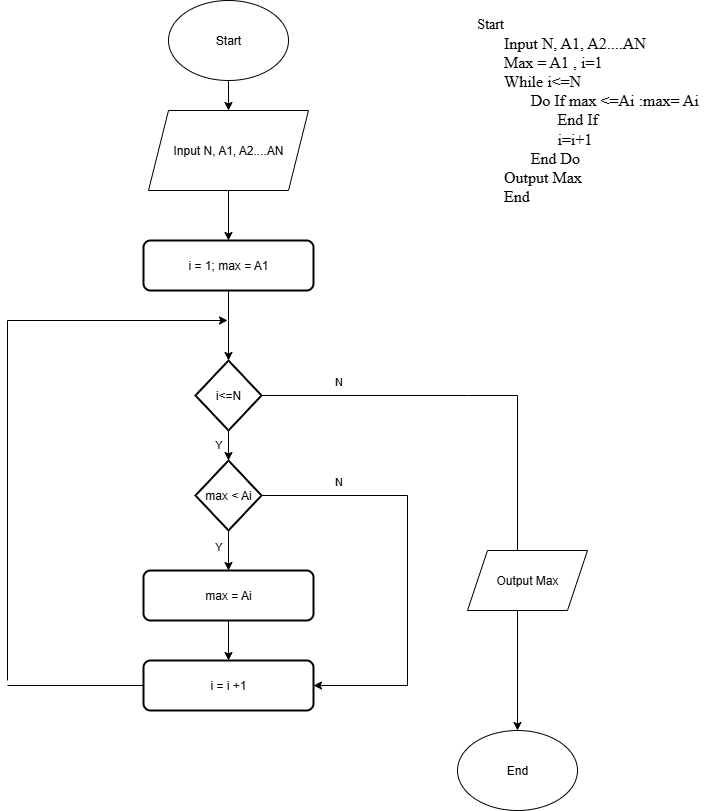
DoanNhatLong/m1_c09 keeps this draw.io diagram as ss3_pseudo/bai4.png. Above is the earlier version. Source tidied: cells renumbered, new cells last; positions are measured from the earlier drawing's top-left corner, leaving out a move shared by most shapes.
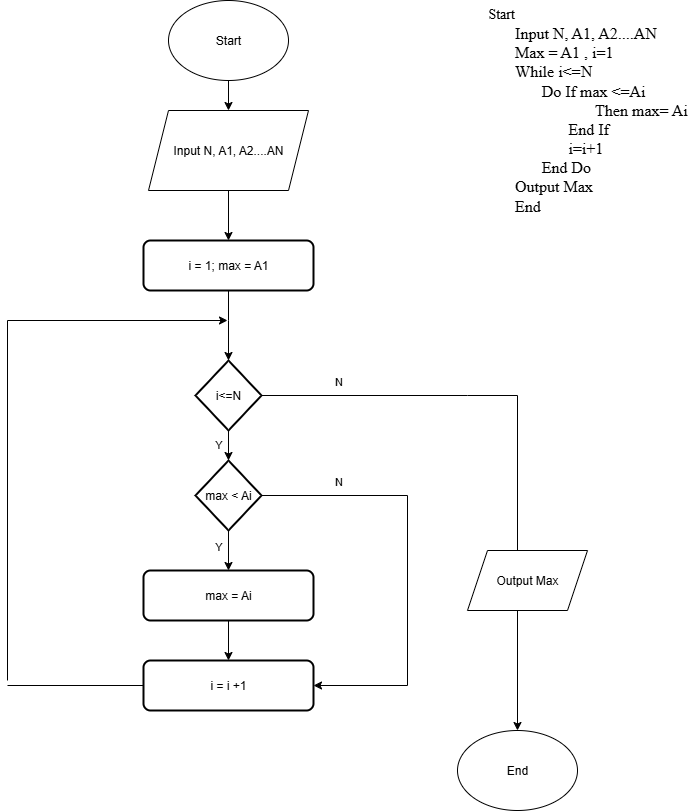
After the commit.

Commit message:
Bai_tap_pseudo

Change to the diagram source:
```diff
@@ -99,8 +99,8 @@
     <mxCell id="23" value="End" style="ellipse;whiteSpace=wrap;html=1;" parent="1" vertex="1">
       <mxGeometry x="450" y="730" width="120" height="80" as="geometry" />
     </mxCell>
-    <mxCell id="24" value="&lt;div style=&quot;text-align: left;&quot;&gt;&lt;span style=&quot;background-color: transparent; color: light-dark(rgb(0, 0, 0), rgb(255, 255, 255));&quot;&gt;&lt;font face=&quot;Times New Roman&quot; style=&quot;font-size: 14px;&quot;&gt;Start&lt;/font&gt;&lt;/span&gt;&lt;/div&gt;&lt;div style=&quot;text-align: left;&quot;&gt;&lt;font face=&quot;Times New Roman&quot; size=&quot;3&quot;&gt;&lt;span style=&quot;white-space: pre;&quot;&gt;&#9;&lt;/span&gt;Input N, A1, A2....AN&lt;/font&gt;&lt;br&gt;&lt;/div&gt;&lt;div style=&quot;text-align: left;&quot;&gt;&lt;font face=&quot;Times New Roman&quot; size=&quot;3&quot;&gt;&lt;span style=&quot;white-space: pre;&quot;&gt;&#9;&lt;/span&gt;Max = A1 , i=1&lt;br&gt;&lt;span style=&quot;white-space: pre;&quot;&gt;&#9;&lt;/span&gt;While i&amp;lt;=N&amp;nbsp;&lt;br&gt;&lt;span style=&quot;white-space: pre;&quot;&gt;&#9;&lt;/span&gt;&lt;span style=&quot;white-space: pre;&quot;&gt;&#9;&lt;/span&gt;Do If max &amp;lt;=Ai :max= Ai&lt;br&gt;&lt;span style=&quot;white-space: pre;&quot;&gt;&#9;&lt;/span&gt;&lt;span style=&quot;white-space: pre;&quot;&gt;&#9;&lt;/span&gt;&lt;span style=&quot;white-space: pre;&quot;&gt;&#9;&lt;/span&gt;End If&lt;br&gt;&lt;span style=&quot;white-space: pre;&quot;&gt;&#9;&lt;/span&gt;&lt;span style=&quot;white-space: pre;&quot;&gt;&#9;&lt;/span&gt;&lt;span style=&quot;white-space: pre;&quot;&gt;&#9;&lt;/span&gt;i=i+1&lt;br&gt;&lt;/font&gt;&lt;/div&gt;&lt;div style=&quot;text-align: left;&quot;&gt;&lt;font face=&quot;Times New Roman&quot; size=&quot;3&quot;&gt;&lt;span style=&quot;white-space: pre;&quot;&gt;&#9;&lt;/span&gt;&lt;span style=&quot;white-space: pre;&quot;&gt;&#9;&lt;/span&gt;End Do&lt;br&gt;&lt;/font&gt;&lt;/div&gt;&lt;div style=&quot;text-align: left;&quot;&gt;&lt;font face=&quot;Times New Roman&quot; size=&quot;3&quot;&gt;&lt;span style=&quot;white-space: pre;&quot;&gt;&#9;&lt;/span&gt;Output Max&lt;br&gt;&lt;span style=&quot;white-space: pre;&quot;&gt;&#9;&lt;/span&gt;End&lt;br&gt;&lt;/font&gt;&lt;/div&gt;" style="text;html=1;align=center;verticalAlign=middle;strokeColor=none;fillColor=none;" parent="1" vertex="1">
-      <mxGeometry x="460" y="10" width="240" height="200" as="geometry" />
+    <mxCell id="24" value="&lt;div style=&quot;text-align: left;&quot;&gt;&lt;span style=&quot;background-color: transparent; color: light-dark(rgb(0, 0, 0), rgb(255, 255, 255));&quot;&gt;&lt;font face=&quot;Times New Roman&quot; style=&quot;font-size: 14px;&quot;&gt;Start&lt;/font&gt;&lt;/span&gt;&lt;/div&gt;&lt;div style=&quot;text-align: left;&quot;&gt;&lt;font face=&quot;Times New Roman&quot; size=&quot;3&quot;&gt;&lt;span style=&quot;white-space: pre;&quot;&gt;&#9;&lt;/span&gt;Input N, A1, A2....AN&lt;/font&gt;&lt;br&gt;&lt;/div&gt;&lt;div style=&quot;text-align: left;&quot;&gt;&lt;font face=&quot;Times New Roman&quot; size=&quot;3&quot;&gt;&lt;span style=&quot;white-space: pre;&quot;&gt;&#9;&lt;/span&gt;Max = A1 , i=1&lt;br&gt;&lt;span style=&quot;white-space: pre;&quot;&gt;&#9;&lt;/span&gt;While i&amp;lt;=N&amp;nbsp;&lt;br&gt;&lt;span style=&quot;white-space: pre;&quot;&gt;&#9;&lt;/span&gt;&lt;span style=&quot;white-space: pre;&quot;&gt;&#9;&lt;/span&gt;Do If max &amp;lt;=Ai&amp;nbsp;&lt;/font&gt;&lt;/div&gt;&lt;div style=&quot;text-align: left;&quot;&gt;&lt;font face=&quot;Times New Roman&quot; size=&quot;3&quot;&gt;&lt;span style=&quot;white-space: pre;&quot;&gt;&#9;&lt;/span&gt;&lt;span style=&quot;white-space: pre;&quot;&gt;&#9;&lt;/span&gt;&lt;span style=&quot;white-space: pre;&quot;&gt;&#9;&lt;span style=&quot;white-space: pre;&quot;&gt;&#9;&lt;/span&gt;&lt;/span&gt;Then max= Ai&lt;br&gt;&lt;span style=&quot;white-space: pre;&quot;&gt;&#9;&lt;/span&gt;&lt;span style=&quot;white-space: pre;&quot;&gt;&#9;&lt;/span&gt;&lt;span style=&quot;white-space: pre;&quot;&gt;&#9;&lt;/span&gt;End If&lt;br&gt;&lt;span style=&quot;white-space: pre;&quot;&gt;&#9;&lt;/span&gt;&lt;span style=&quot;white-space: pre;&quot;&gt;&#9;&lt;/span&gt;&lt;span style=&quot;white-space: pre;&quot;&gt;&#9;&lt;/span&gt;i=i+1&lt;br&gt;&lt;/font&gt;&lt;/div&gt;&lt;div style=&quot;text-align: left;&quot;&gt;&lt;font face=&quot;Times New Roman&quot; size=&quot;3&quot;&gt;&lt;span style=&quot;white-space: pre;&quot;&gt;&#9;&lt;/span&gt;&lt;span style=&quot;white-space: pre;&quot;&gt;&#9;&lt;/span&gt;End Do&lt;br&gt;&lt;/font&gt;&lt;/div&gt;&lt;div style=&quot;text-align: left;&quot;&gt;&lt;font face=&quot;Times New Roman&quot; size=&quot;3&quot;&gt;&lt;span style=&quot;white-space: pre;&quot;&gt;&#9;&lt;/span&gt;Output Max&lt;br&gt;&lt;span style=&quot;white-space: pre;&quot;&gt;&#9;&lt;/span&gt;End&lt;br&gt;&lt;/font&gt;&lt;/div&gt;" style="text;html=1;align=center;verticalAlign=middle;strokeColor=none;fillColor=none;" parent="1" vertex="1">
+      <mxGeometry x="470" width="220" height="220" as="geometry" />
     </mxCell>
     <mxCell id="25" value="Output Max" style="shape=parallelogram;perimeter=parallelogramPerimeter;whiteSpace=wrap;html=1;fixedSize=1;" parent="1" vertex="1">
       <mxGeometry x="460" y="550" width="120" height="60" as="geometry" />
```
